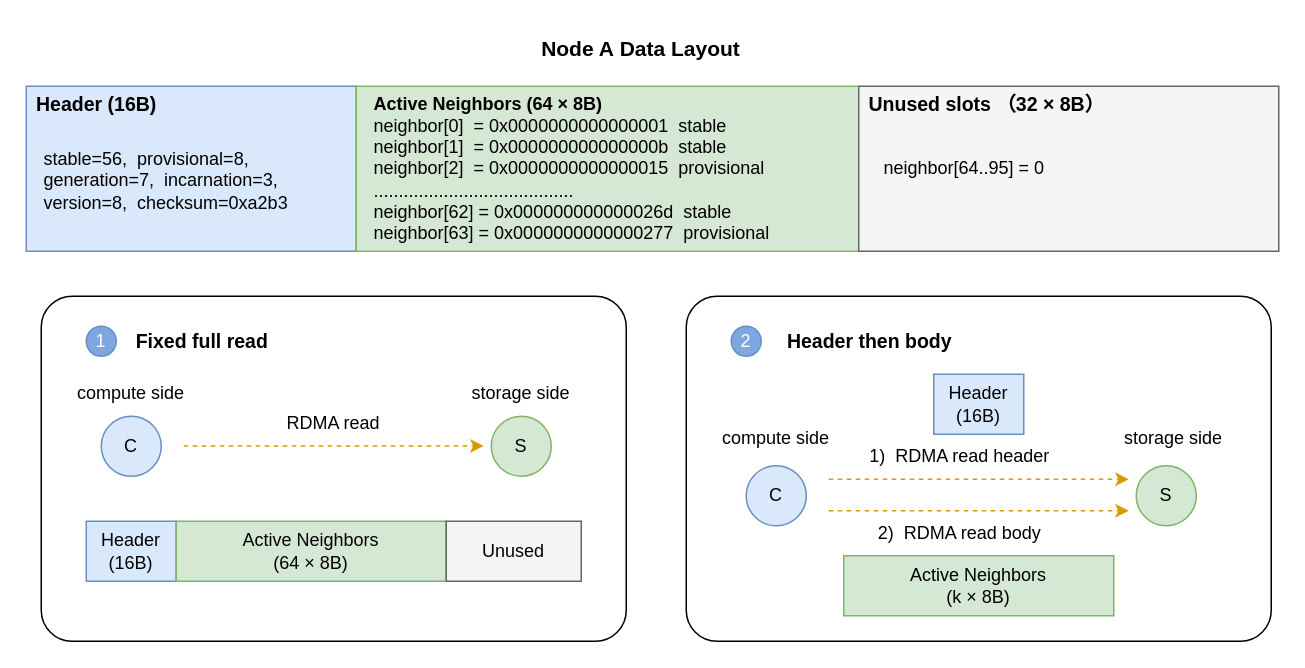
Above: conventional-rdma.drawio in diandianjunA/diandianjunA (draw.io), before the change. Source tidied: cells renumbered, new cells numbered last; positions are measured from the earlier drawing's top-left corner, leaving out a move shared by most shapes. Both pictures are drawn from the tidied source at 150%, with x=0, y=0 at pixel (26, 26).
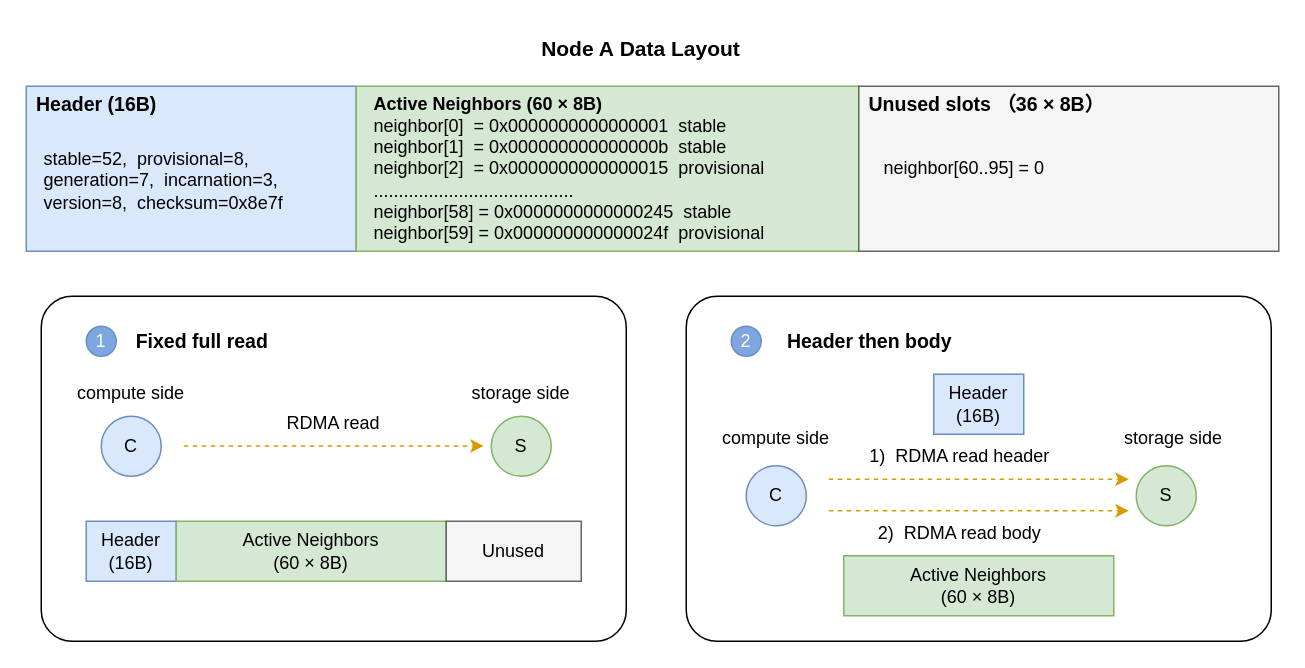
The same diagram, later.

The edit, as a diff of the source:
```diff
@@
-    <mxCell id="11" value="Active Neighbors&lt;div&gt;(64 × 8B)&lt;/div&gt;" style="text;html=1;whiteSpace=wrap;strokeColor=none;fillColor=none;align=center;verticalAlign=middle;rounded=0;fontFamily=Helvetica;" parent="1" vertex="1">
+    <mxCell id="11" value="Active Neighbors&lt;div&gt;(60 × 8B)&lt;/div&gt;" style="text;html=1;whiteSpace=wrap;strokeColor=none;fillColor=none;align=center;verticalAlign=middle;rounded=0;fontFamily=Helvetica;" parent="1" vertex="1">
       <mxGeometry x="135" y="335" width="110" height="30" as="geometry" />
     </mxCell>
@@
-    <mxCell id="19" value="&lt;div&gt;&lt;span class=&quot;text-only&quot; style=&quot;white-space: pre;&quot;&gt;&lt;b&gt;Active Neighbors (64 × 8B)&lt;/b&gt;&lt;/span&gt;&lt;/div&gt;&lt;div&gt;&lt;span class=&quot;text-only&quot; style=&quot;white-space: pre;&quot;&gt;neighbor[0]  = 0x0000000000000001  stable&lt;/span&gt;&lt;/div&gt;&lt;div&gt;&lt;span class=&quot;text-only&quot; style=&quot;white-space: pre;&quot;&gt;neighbor[1]  = 0x000000000000000b  stable&lt;/span&gt;&lt;/div&gt;&lt;div&gt;&lt;span class=&quot;text-only&quot; style=&quot;white-space: pre;&quot;&gt;neighbor[2]  = 0x0000000000000015  &lt;/span&gt;&lt;span style=&quot;background-color: transparent; color: light-dark(#000000, var(--ge-light-color, #ffffff));&quot;&gt;provisional&lt;/span&gt;&lt;/div&gt;&lt;div&gt;&lt;span class=&quot;text-only&quot; style=&quot;white-space: pre;&quot;&gt;........................................ &lt;/span&gt;&lt;/div&gt;&lt;div&gt;&lt;span class=&quot;text-only&quot; style=&quot;white-space: pre;&quot;&gt;neighbor[62] = 0x000000000000026d  stable&lt;/span&gt;&lt;/div&gt;&lt;div&gt;&lt;span class=&quot;text-only&quot; style=&quot;white-space: pre;&quot;&gt;neighbor[63] = 0x0000000000000277  &lt;/span&gt;&lt;span style=&quot;background-color: transparent; color: light-dark(#000000, var(--ge-light-color, #ffffff));&quot;&gt;provisional&lt;/span&gt;&lt;/div&gt;" style="text;html=1;whiteSpace=wrap;strokeColor=none;fillColor=none;align=left;verticalAlign=middle;rounded=0;fontSize=12;" parent="1" vertex="1">
+    <mxCell id="19" value="&lt;div&gt;&lt;span class=&quot;text-only&quot; style=&quot;white-space: pre;&quot;&gt;&lt;b&gt;Active Neighbors (60 × 8B)&lt;/b&gt;&lt;/span&gt;&lt;/div&gt;&lt;div&gt;&lt;span class=&quot;text-only&quot; style=&quot;white-space: pre;&quot;&gt;neighbor[0]  = 0x0000000000000001  stable&lt;/span&gt;&lt;/div&gt;&lt;div&gt;&lt;span class=&quot;text-only&quot; style=&quot;white-space: pre;&quot;&gt;neighbor[1]  = 0x000000000000000b  stable&lt;/span&gt;&lt;/div&gt;&lt;div&gt;&lt;span class=&quot;text-only&quot; style=&quot;white-space: pre;&quot;&gt;neighbor[2]  = 0x0000000000000015  &lt;/span&gt;&lt;span style=&quot;background-color: transparent; color: light-dark(#000000, var(--ge-light-color, #ffffff));&quot;&gt;provisional&lt;/span&gt;&lt;/div&gt;&lt;div&gt;&lt;span class=&quot;text-only&quot; style=&quot;white-space: pre;&quot;&gt;........................................ &lt;/span&gt;&lt;/div&gt;&lt;div&gt;&lt;span class=&quot;text-only&quot; style=&quot;white-space: pre;&quot;&gt;&lt;span style=&quot;background-color: transparent; color: light-dark(#000000, var(--ge-light-color, #ffffff));&quot;&gt;neighbor[58] = 0x0000000000000245&lt;/span&gt;  stable&lt;/span&gt;&lt;/div&gt;&lt;div&gt;&lt;span class=&quot;text-only&quot; style=&quot;white-space: pre;&quot;&gt;&lt;span style=&quot;background-color: transparent; color: light-dark(#000000, var(--ge-light-color, #ffffff));&quot;&gt;neighbor[59] = 0x000000000000024f&lt;/span&gt;  &lt;/span&gt;&lt;span style=&quot;background-color: transparent; color: light-dark(#000000, var(--ge-light-color, #ffffff));&quot;&gt;provisional&lt;/span&gt;&lt;/div&gt;" style="text;html=1;whiteSpace=wrap;strokeColor=none;fillColor=none;align=left;verticalAlign=middle;rounded=0;fontSize=12;" parent="1" vertex="1">
       <mxGeometry x="230" y="40" width="280" height="110" as="geometry" />
     </mxCell>
@@
-    <mxCell id="21" value="&lt;div&gt;&lt;span class=&quot;text-only&quot; style=&quot;white-space: pre;&quot;&gt;neighbor[64..95] = 0&lt;/span&gt;&lt;/div&gt;" style="text;html=1;whiteSpace=wrap;strokeColor=none;fillColor=none;align=left;verticalAlign=middle;rounded=0;fontSize=12;" parent="1" vertex="1">
+    <mxCell id="21" value="&lt;div&gt;&lt;span class=&quot;text-only&quot; style=&quot;white-space: pre;&quot;&gt;neighbor[60..95] = 0&lt;/span&gt;&lt;/div&gt;" style="text;html=1;whiteSpace=wrap;strokeColor=none;fillColor=none;align=left;verticalAlign=middle;rounded=0;fontSize=12;" parent="1" vertex="1">
       <mxGeometry x="570" y="80" width="210" height="30" as="geometry" />
     </mxCell>
@@
-    <mxCell id="31" value="Active Neighbors&lt;div&gt;(k × 8B)&lt;/div&gt;" style="text;html=1;whiteSpace=wrap;strokeColor=none;fillColor=none;align=center;verticalAlign=middle;rounded=0;fontFamily=Helvetica;" parent="1" vertex="1">
+    <mxCell id="31" value="Active Neighbors&lt;div&gt;(60 × 8B)&lt;/div&gt;" style="text;html=1;whiteSpace=wrap;strokeColor=none;fillColor=none;align=center;verticalAlign=middle;rounded=0;fontFamily=Helvetica;" parent="1" vertex="1">
       <mxGeometry x="580" y="358" width="110" height="30" as="geometry" />
     </mxCell>
@@
-    <mxCell id="39" value="&lt;span style=&quot;color: rgb(0, 0, 0); font-family: Helvetica; font-size: 12px; font-style: normal; font-variant-ligatures: normal; font-variant-caps: normal; font-weight: 400; letter-spacing: normal; orphans: 2; text-align: left; text-indent: 0px; text-transform: none; widows: 2; word-spacing: 0px; -webkit-text-stroke-width: 0px; white-space: normal; text-decoration-thickness: initial; text-decoration-style: initial; text-decoration-color: initial; float: none; display: inline !important;&quot;&gt;stable=56,&amp;nbsp; provisional=8, generation=7,&amp;nbsp; incarnation=3, version=8,&amp;nbsp; checksum=0xa2b3&lt;/span&gt;" style="text;whiteSpace=wrap;html=1;" parent="1" vertex="1">
+    <mxCell id="39" value="&lt;span style=&quot;color: rgb(0, 0, 0); font-family: Helvetica; font-size: 12px; font-style: normal; font-variant-ligatures: normal; font-variant-caps: normal; font-weight: 400; letter-spacing: normal; orphans: 2; text-align: left; text-indent: 0px; text-transform: none; widows: 2; word-spacing: 0px; -webkit-text-stroke-width: 0px; white-space: normal; text-decoration-thickness: initial; text-decoration-style: initial; text-decoration-color: initial; float: none; display: inline !important;&quot;&gt;stable=52,&amp;nbsp; provisional=8, generation=7,&amp;nbsp; incarnation=3, version=8,&amp;nbsp; checksum=&lt;/span&gt;&lt;span style=&quot;white-space: pre; background-color: transparent; color: light-dark(#000000, var(--ge-light-color, #ffffff));&quot;&gt;0x8e7f &lt;/span&gt;" style="text;whiteSpace=wrap;html=1;" parent="1" vertex="1">
       <mxGeometry x="10" y="75" width="195" height="40" as="geometry" />
     </mxCell>
-    <mxCell id="40" value="&lt;span style=&quot;font-size: 13px;&quot;&gt;&lt;b&gt;Unused slots （32 × 8B）&lt;/b&gt;&lt;/span&gt;" style="text;html=1;whiteSpace=wrap;strokeColor=none;fillColor=none;align=left;verticalAlign=middle;rounded=0;fontSize=12;" parent="1" vertex="1">
+    <mxCell id="40" value="&lt;span style=&quot;font-size: 13px;&quot;&gt;&lt;b&gt;Unused slots （36 × 8B）&lt;/b&gt;&lt;/span&gt;" style="text;html=1;whiteSpace=wrap;strokeColor=none;fillColor=none;align=left;verticalAlign=middle;rounded=0;fontSize=12;" parent="1" vertex="1">
       <mxGeometry x="560" y="42" width="160" height="20" as="geometry" />
     </mxCell>
```
